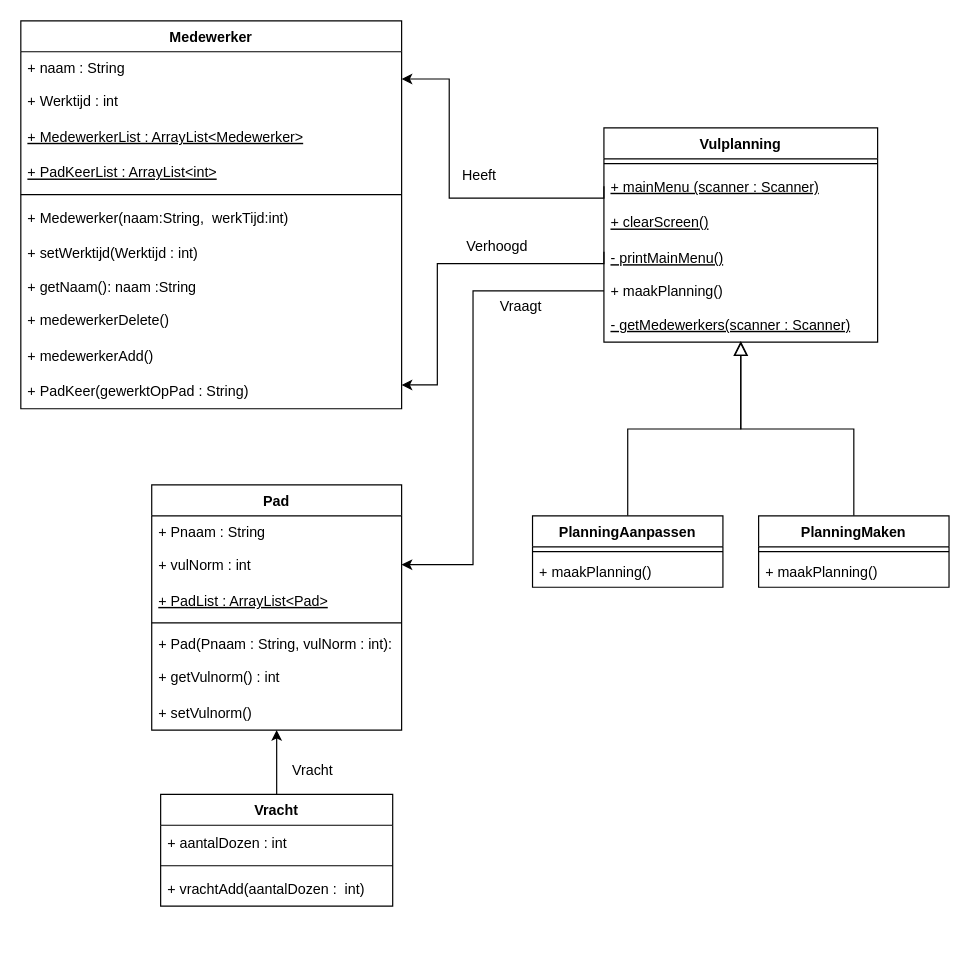
Before: Vulplanning UML.drawio in Kikkerslijm410/SchoolOpdracht, a draw.io diagram. Source tidied: cells renumbered, new cells numbered last; positions are measured from the earlier drawing's top-left corner, leaving out a move shared by most shapes. Both pictures are drawn from the tidied source at 119%, with x=0, y=0 at pixel (20, 20).
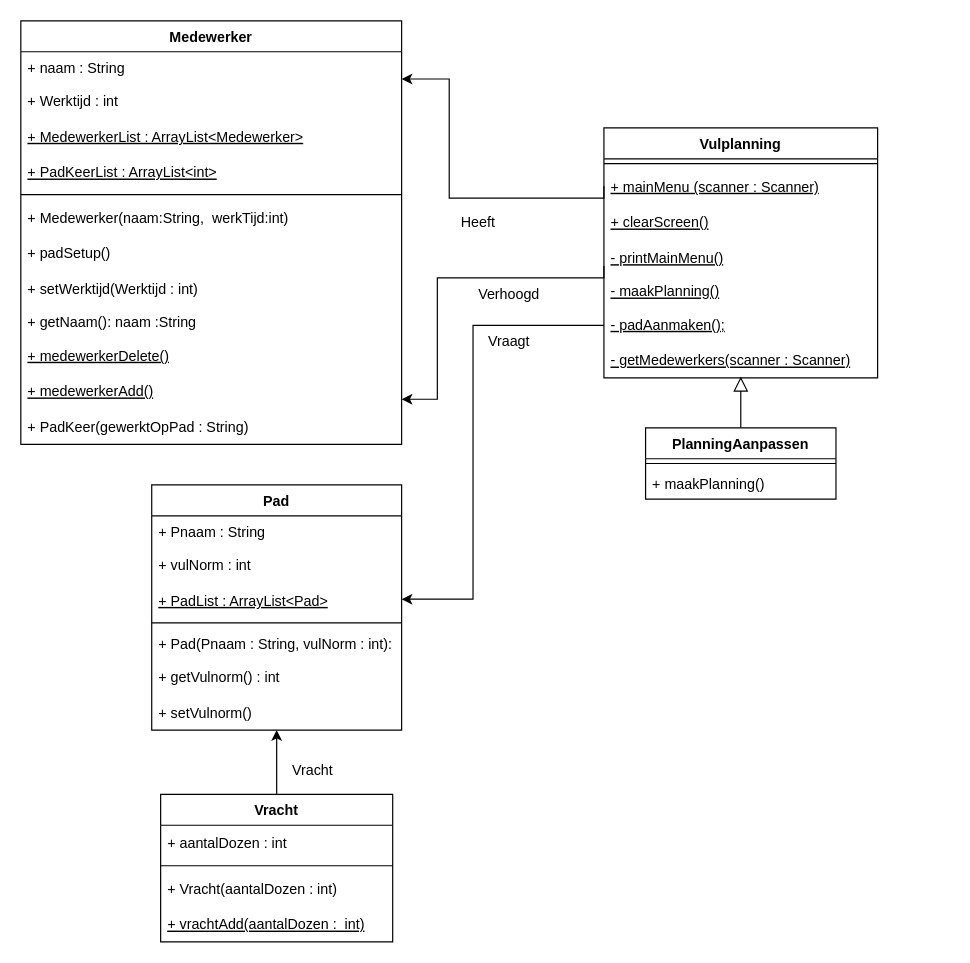
The same diagram, later.

The change refers to these unchanged cells:
```xml
<mxCell id="21" value="+ vulNorm : int" style="text;strokeColor=none;fillColor=none;align=left;verticalAlign=middle;spacingLeft=4;spacingRight=4;overflow=hidden;points=[[0,0.5],[1,0.5]];portConstraint=eastwest;" parent="19" vertex="1">
  <mxGeometry y="52" width="210" height="30" as="geometry" />
</mxCell>
```

The edit, as a diff of the source:
```diff
@@
     <mxCell id="2" value="Medewerker" style="swimlane;fontStyle=1;align=center;verticalAlign=top;horizontal=1;startSize=26;" parent="1" vertex="1">
-      <mxGeometry width="320" height="326" as="geometry" />
+      <mxGeometry width="320" height="356" as="geometry" />
     </mxCell>
@@
+    <mxCell id="49" value="+ padSetup()" style="text;strokeColor=none;fillColor=none;align=left;verticalAlign=middle;spacingLeft=4;spacingRight=4;overflow=hidden;" parent="2" vertex="1">
+      <mxGeometry y="180" width="320" height="30" as="geometry" />
+    </mxCell>
     <mxCell id="9" value="+ setWerktijd(Werktijd : int)" style="text;strokeColor=none;fillColor=none;align=left;verticalAlign=middle;spacingLeft=4;spacingRight=4;overflow=hidden;" parent="2" vertex="1">
-      <mxGeometry y="180" width="320" height="30" as="geometry" />
+      <mxGeometry y="210" width="320" height="30" as="geometry" />
     </mxCell>
     <mxCell id="10" value="+ getNaam(): naam :String" style="text;strokeColor=none;fillColor=none;align=left;verticalAlign=top;spacingLeft=4;spacingRight=4;overflow=hidden;" parent="2" vertex="1">
-      <mxGeometry y="210" width="320" height="26" as="geometry" />
+      <mxGeometry y="240" width="320" height="26" as="geometry" />
     </mxCell>
-    <mxCell id="11" value="+ medewerkerDelete()" style="text;strokeColor=none;fillColor=none;align=left;verticalAlign=middle;spacingLeft=4;spacingRight=4;overflow=hidden;" parent="2" vertex="1">
-      <mxGeometry y="236" width="320" height="30" as="geometry" />
+    <mxCell id="11" value="+ medewerkerDelete()" style="text;strokeColor=none;fillColor=none;align=left;verticalAlign=middle;spacingLeft=4;spacingRight=4;overflow=hidden;fontStyle=4;" parent="2" vertex="1">
+      <mxGeometry y="266" width="320" height="30" as="geometry" />
     </mxCell>
-    <mxCell id="12" value="+ medewerkerAdd()" style="text;strokeColor=none;fillColor=none;align=left;verticalAlign=middle;spacingLeft=4;spacingRight=4;overflow=hidden;" parent="2" vertex="1">
-      <mxGeometry y="266" width="320" height="30" as="geometry" />
+    <mxCell id="12" value="+ medewerkerAdd()" style="text;strokeColor=none;fillColor=none;align=left;verticalAlign=middle;spacingLeft=4;spacingRight=4;overflow=hidden;fontStyle=4;" parent="2" vertex="1">
+      <mxGeometry y="296" width="320" height="30" as="geometry" />
     </mxCell>
     <mxCell id="13" value="+ PadKeer(gewerktOpPad : String)" style="text;strokeColor=none;fillColor=none;align=left;verticalAlign=middle;spacingLeft=4;spacingRight=4;overflow=hidden;" parent="2" vertex="1">
-      <mxGeometry y="296" width="320" height="30" as="geometry" />
+      <mxGeometry y="326" width="320" height="30" as="geometry" />
     </mxCell>
@@
     <mxCell id="15" value="Vracht" style="swimlane;fontStyle=1;align=center;verticalAlign=top;horizontal=1;startSize=26;" parent="1" vertex="1">
-      <mxGeometry x="117.5" y="650" width="195" height="94" as="geometry" />
+      <mxGeometry x="117.5" y="650" width="195" height="124" as="geometry" />
     </mxCell>
@@
+    <mxCell id="50" value="+ Vracht(aantalDozen : int)" style="text;strokeColor=none;fillColor=none;align=left;verticalAlign=middle;spacingLeft=4;spacingRight=4;overflow=hidden;" parent="15" vertex="1">
+      <mxGeometry y="64" width="195" height="30" as="geometry" />
+    </mxCell>
-    <mxCell id="18" value="+ vrachtAdd(aantalDozen :  int)" style="text;strokeColor=none;fillColor=none;align=left;verticalAlign=middle;spacingLeft=4;spacingRight=4;overflow=hidden;" parent="15" vertex="1">
-      <mxGeometry y="64" width="195" height="30" as="geometry" />
+    <mxCell id="18" value="+ vrachtAdd(aantalDozen :  int)" style="text;strokeColor=none;fillColor=none;align=left;verticalAlign=middle;spacingLeft=4;spacingRight=4;overflow=hidden;fontStyle=4;" parent="15" vertex="1">
+      <mxGeometry y="94" width="195" height="30" as="geometry" />
     </mxCell>
@@
     <mxCell id="27" value="Vulplanning" style="swimlane;fontStyle=1;align=center;verticalAlign=top;horizontal=1;startSize=26;" parent="1" vertex="1">
-      <mxGeometry x="490" y="90" width="230" height="180" as="geometry" />
+      <mxGeometry x="490" y="90" width="230" height="210" as="geometry" />
     </mxCell>
@@
-    <mxCell id="32" value="+ maakPlanning()&#10;" style="text;strokeColor=none;fillColor=none;align=left;verticalAlign=top;spacingLeft=4;spacingRight=4;overflow=hidden;points=[[0,0.5],[1,0.5]];portConstraint=eastwest;" parent="27" vertex="1">
+    <mxCell id="32" value="- maakPlanning()&#10;" style="text;strokeColor=none;fillColor=none;align=left;verticalAlign=top;spacingLeft=4;spacingRight=4;overflow=hidden;points=[[0,0.5],[1,0.5]];portConstraint=eastwest;fontStyle=4;" parent="27" vertex="1">
       <mxGeometry y="124" width="230" height="26" as="geometry" />
     </mxCell>
+    <mxCell id="51" value="- padAanmaken();" style="text;strokeColor=none;fillColor=none;align=left;verticalAlign=middle;spacingLeft=4;spacingRight=4;overflow=hidden;fontStyle=4;" parent="27" vertex="1">
+      <mxGeometry y="150" width="230" height="30" as="geometry" />
+    </mxCell>
     <mxCell id="33" value="- getMedewerkers(scanner : Scanner)" style="text;strokeColor=none;fillColor=none;align=left;verticalAlign=middle;spacingLeft=4;spacingRight=4;overflow=hidden;points=[[0,0.5],[1,0.5]];portConstraint=eastwest;fontStyle=4;" parent="27" vertex="1">
-      <mxGeometry y="150" width="230" height="30" as="geometry" />
+      <mxGeometry y="180" width="230" height="30" as="geometry" />
     </mxCell>
     <mxCell id="34" style="edgeStyle=orthogonalEdgeStyle;rounded=0;orthogonalLoop=1;jettySize=auto;html=1;exitX=0;exitY=0.5;exitDx=0;exitDy=0;" parent="1" edge="1">
       <mxGeometry relative="1" as="geometry">
-        <mxPoint x="490" y="194" as="sourcePoint" />
-        <mxPoint x="320" y="306" as="targetPoint" />
+        <mxPoint x="490" y="206" as="sourcePoint" />
+        <mxPoint x="320" y="318" as="targetPoint" />
         <Array as="points">
-          <mxPoint x="490" y="204" />
-          <mxPoint x="350" y="204" />
-          <mxPoint x="350" y="306" />
+          <mxPoint x="490" y="216" />
+          <mxPoint x="350" y="216" />
+          <mxPoint x="350" y="318" />
         </Array>
       </mxGeometry>
     </mxCell>
@@
-    <mxCell id="36" style="edgeStyle=orthogonalEdgeStyle;rounded=0;jettySize=auto;html=1;exitX=0.5;exitY=0;exitDx=0;exitDy=0;entryX=0.5;entryY=1;entryDx=0;entryDy=0;entryPerimeter=0;endArrow=block;endFill=0;endSize=9;" parent="1" edge="1" source="37" target="33">
-      <mxGeometry relative="1" as="geometry" />
-    </mxCell>
-    <mxCell id="37" value="PlanningMaken" style="swimlane;fontStyle=1;align=center;verticalAlign=top;horizontal=1;startSize=26;" parent="1" vertex="1">
-      <mxGeometry x="620" y="416" width="160" height="60" as="geometry" />
-    </mxCell>
-    <mxCell id="38" style="line;strokeWidth=1;fillColor=none;align=left;verticalAlign=middle;spacingTop=-1;spacingLeft=3;spacingRight=3;labelPosition=right;" parent="37" vertex="1">
-      <mxGeometry y="26" width="160" height="8" as="geometry" />
-    </mxCell>
-    <mxCell id="39" value="+ maakPlanning()&#10;" style="text;strokeColor=none;fillColor=none;align=left;verticalAlign=top;spacingLeft=4;spacingRight=4;overflow=hidden;" parent="37" vertex="1">
-      <mxGeometry y="34" width="160" height="26" as="geometry" />
-    </mxCell>
@@
     <mxCell id="41" value="PlanningAanpassen" style="swimlane;fontStyle=1;align=center;verticalAlign=top;horizontal=1;startSize=26;" parent="1" vertex="1">
-      <mxGeometry x="430" y="416" width="160" height="60" as="geometry" />
+      <mxGeometry x="525" y="342" width="160" height="60" as="geometry" />
     </mxCell>
@@
-    <mxCell id="44" style="edgeStyle=orthogonalEdgeStyle;rounded=0;jettySize=auto;html=1;exitX=0;exitY=0.5;exitDx=0;exitDy=0;entryX=1;entryY=0.5;entryDx=0;entryDy=0;" parent="1" edge="1" source="32" target="21">
+    <mxCell id="44" style="edgeStyle=orthogonalEdgeStyle;rounded=0;orthogonalLoop=1;jettySize=auto;html=1;exitX=0;exitY=0.5;exitDx=0;exitDy=0;entryX=1;entryY=0.5;entryDx=0;entryDy=0;" parent="1" edge="1">
       <mxGeometry relative="1" as="geometry">
+        <mxPoint x="490" y="256" as="sourcePoint" />
+        <mxPoint x="320" y="486" as="targetPoint" />
         <Array as="points">
-          <mxPoint x="380" y="227" />
-          <mxPoint x="380" y="457" />
+          <mxPoint x="380" y="256" />
+          <mxPoint x="380" y="486" />
         </Array>
       </mxGeometry>
     </mxCell>
@@
     <mxCell id="46" value="Vraagt" style="text;html=1;align=center;verticalAlign=middle;strokeColor=none;fillColor=none;" parent="1" vertex="1">
-      <mxGeometry x="395" y="230" width="50" height="20" as="geometry" />
+      <mxGeometry x="385" y="260" width="50" height="20" as="geometry" />
     </mxCell>
     <mxCell id="47" value="Verhoogd" style="text;html=1;align=center;verticalAlign=middle;strokeColor=none;fillColor=none;" parent="1" vertex="1">
-      <mxGeometry x="365" y="180" width="70" height="20" as="geometry" />
+      <mxGeometry x="375" y="220" width="70" height="20" as="geometry" />
     </mxCell>
     <mxCell id="48" value="Heeft" style="text;html=1;align=center;verticalAlign=middle;strokeColor=none;fillColor=none;" parent="1" vertex="1">
-      <mxGeometry x="365" y="120" width="40" height="20" as="geometry" />
+      <mxGeometry x="364" y="160" width="40" height="20" as="geometry" />
     </mxCell>
```
